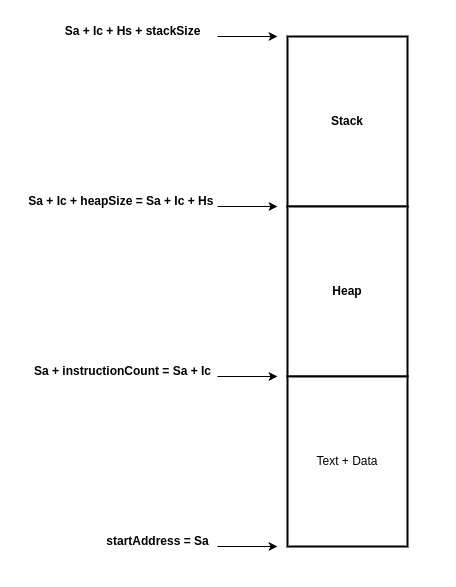
mmontee/PSU_ECE_RISC-V_ISA_Sim keeps this draw.io diagram as docs/memStruct.png. Above is the earlier version. Source tidied: cells renumbered, new cells last; positions are measured from the earlier drawing's top-left corner, leaving out a move shared by most shapes. Source of this version:
```xml
<mxGraphModel>
  <root>
    <mxCell id="0" />
    <mxCell id="1" parent="0" />
    <mxCell id="2" style="rounded=0;whiteSpace=wrap;html=1;strokeColor=none;" parent="1" vertex="1">
      <mxGeometry width="456" height="587" as="geometry" />
    </mxCell>
    <mxCell id="3" value="&lt;b&gt;Stack&lt;/b&gt;" style="rounded=0;whiteSpace=wrap;html=1;strokeWidth=2;" parent="1" vertex="1">
      <mxGeometry x="287" y="36" width="120" height="170" as="geometry" />
    </mxCell>
    <mxCell id="4" value="&lt;b&gt;Heap&lt;/b&gt;" style="rounded=0;whiteSpace=wrap;html=1;perimeterSpacing=1;strokeWidth=2;" parent="1" vertex="1">
      <mxGeometry x="287" y="206" width="120" height="170" as="geometry" />
    </mxCell>
    <mxCell id="5" value="Text + Data" style="rounded=0;whiteSpace=wrap;html=1;strokeWidth=2;" parent="1" vertex="1">
      <mxGeometry x="287" y="376" width="120" height="170" as="geometry" />
    </mxCell>
    <mxCell id="6" style="endArrow=classic;html=1;rounded=0;" parent="1" edge="1">
      <mxGeometry relative="1" as="geometry">
        <mxPoint x="217" y="206" as="sourcePoint" />
        <mxPoint x="277" y="206" as="targetPoint" />
      </mxGeometry>
    </mxCell>
    <mxCell id="7" style="endArrow=classic;html=1;rounded=0;" parent="1" edge="1">
      <mxGeometry relative="1" as="geometry">
        <mxPoint x="217" y="376" as="sourcePoint" />
        <mxPoint x="277" y="376" as="targetPoint" />
      </mxGeometry>
    </mxCell>
    <mxCell id="8" style="endArrow=classic;html=1;rounded=0;" parent="1" edge="1">
      <mxGeometry relative="1" as="geometry">
        <mxPoint x="217" y="546" as="sourcePoint" />
        <mxPoint x="277" y="546" as="targetPoint" />
      </mxGeometry>
    </mxCell>
    <mxCell id="9" style="endArrow=classic;html=1;rounded=0;" parent="1" edge="1">
      <mxGeometry relative="1" as="geometry">
        <mxPoint x="217" y="36" as="sourcePoint" />
        <mxPoint x="277" y="36" as="targetPoint" />
      </mxGeometry>
    </mxCell>
    <mxCell id="10" value="&lt;b&gt;startAddress = Sa&lt;/b&gt;" style="text;html=1;align=center;verticalAlign=middle;strokeColor=none;fillColor=none;" parent="1" vertex="1">
      <mxGeometry x="92" y="526" width="130" height="30" as="geometry" />
    </mxCell>
    <mxCell id="11" value="&lt;b&gt;Sa + instructionCount = Sa + Ic&lt;/b&gt;" style="text;html=1;align=center;verticalAlign=middle;strokeColor=none;fillColor=none;" parent="1" vertex="1">
      <mxGeometry x="22" y="356" width="200" height="30" as="geometry" />
    </mxCell>
    <mxCell id="12" value="&lt;b&gt;Sa + Ic + heapSize = Sa + Ic + Hs&amp;nbsp;&lt;/b&gt;" style="text;html=1;align=center;verticalAlign=middle;strokeColor=none;fillColor=none;" parent="1" vertex="1">
      <mxGeometry x="17" y="186" width="210" height="30" as="geometry" />
    </mxCell>
    <mxCell id="13" value="&lt;b&gt;Sa + Ic + Hs + stackSize&lt;/b&gt;" style="text;html=1;align=center;verticalAlign=middle;strokeColor=none;fillColor=none;" parent="1" vertex="1">
      <mxGeometry x="52" y="16" width="160" height="30" as="geometry" />
    </mxCell>
  </root>
</mxGraphModel>
```
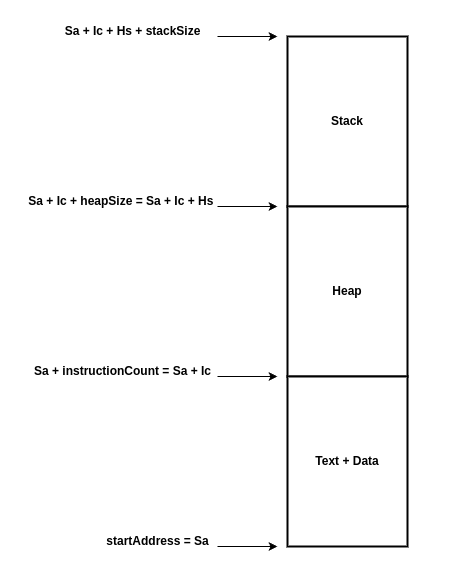
The same file after the commit.

The edit, as a diff of the source:
```diff
@@ -11,7 +11,7 @@
     <mxCell id="4" value="&lt;b&gt;Heap&lt;/b&gt;" style="rounded=0;whiteSpace=wrap;html=1;perimeterSpacing=1;strokeWidth=2;" parent="1" vertex="1">
       <mxGeometry x="287" y="206" width="120" height="170" as="geometry" />
     </mxCell>
-    <mxCell id="5" value="Text + Data" style="rounded=0;whiteSpace=wrap;html=1;strokeWidth=2;" parent="1" vertex="1">
+    <mxCell id="5" value="&lt;b&gt;Text + Data&lt;/b&gt;" style="rounded=0;whiteSpace=wrap;html=1;strokeWidth=2;" parent="1" vertex="1">
       <mxGeometry x="287" y="376" width="120" height="170" as="geometry" />
     </mxCell>
     <mxCell id="6" style="endArrow=classic;html=1;rounded=0;" parent="1" edge="1">
```
